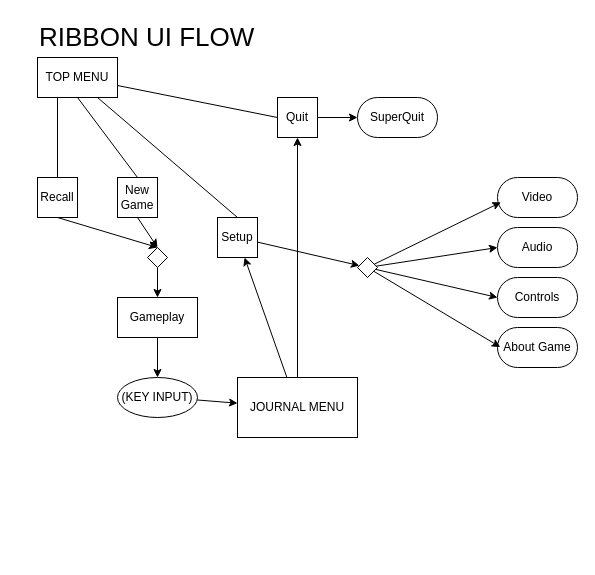
The draw.io diagram _docs/userinterface.drawio in neoteaika/massey-unreal, before the edit. Source tidied: cells renumbered, new cells numbered last; positions are measured from the earlier drawing's top-left corner, leaving out a move shared by most shapes. Both pictures are drawn from the tidied source at 100%, with x=0, y=0 at pixel (37, 17).
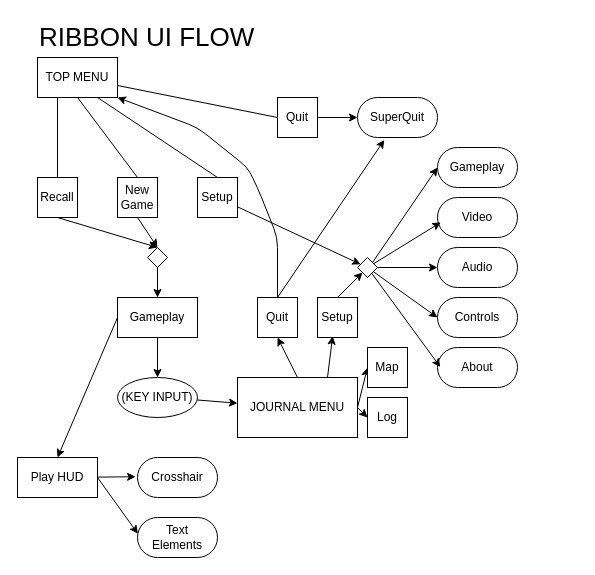
Above is the later version.

Unchanged cells that the change refers to:
```xml
<mxCell id="6" value="TOP MENU" style="rounded=0;whiteSpace=wrap;html=1;" parent="1" vertex="1">
  <mxGeometry y="40" width="80" height="40" as="geometry" />
</mxCell>
<mxCell id="14" value="Quit" style="rounded=0;whiteSpace=wrap;html=1;" parent="1" vertex="1">
  <mxGeometry x="240" y="80" width="40" height="40" as="geometry" />
</mxCell>
<mxCell id="16" value="Gameplay" style="rounded=0;whiteSpace=wrap;html=1;" parent="1" vertex="1">
  <mxGeometry x="80" y="280" width="80" height="40" as="geometry" />
</mxCell>
<mxCell id="19" value="SuperQuit" style="rounded=1;whiteSpace=wrap;html=1;shadow=0;glass=0;arcSize=50;" parent="1" vertex="1">
  <mxGeometry x="320" y="80" width="80" height="40" as="geometry" />
</mxCell>
<mxCell id="26" style="rhombus;whiteSpace=wrap;html=1;rounded=0;" parent="1" vertex="1">
  <mxGeometry x="320" y="240" width="20" height="20" as="geometry" />
</mxCell>
<mxCell id="33" value="JOURNAL MENU" style="whiteSpace=wrap;html=1;rounded=0;" parent="1" vertex="1">
  <mxGeometry x="200" y="360" width="120" height="60" as="geometry" />
</mxCell>
```

The edit, as a diff of the source:
```diff
@@
     <mxCell id="12" value="Setup" style="rounded=0;whiteSpace=wrap;html=1;" parent="1" vertex="1">
-      <mxGeometry x="180" y="200" width="40" height="40" as="geometry" />
+      <mxGeometry x="160" y="160" width="40" height="40" as="geometry" />
     </mxCell>
@@
+    <mxCell id="35" style="edgeStyle=none;html=1;exitX=0;exitY=0.5;exitDx=0;exitDy=0;entryX=0.5;entryY=0;entryDx=0;entryDy=0;" parent="1" edge="1" source="16" target="47">
+      <mxGeometry relative="1" as="geometry" />
+    </mxCell>
@@
     <mxCell id="20" value="Video" style="rounded=1;whiteSpace=wrap;html=1;shadow=0;glass=0;arcSize=50;" parent="1" vertex="1">
-      <mxGeometry x="460" y="160" width="80" height="40" as="geometry" />
+      <mxGeometry x="400" y="180" width="80" height="40" as="geometry" />
     </mxCell>
     <mxCell id="21" value="Audio" style="rounded=1;whiteSpace=wrap;html=1;shadow=0;glass=0;arcSize=50;" parent="1" vertex="1">
-      <mxGeometry x="460" y="210" width="80" height="40" as="geometry" />
+      <mxGeometry x="400" y="230" width="80" height="40" as="geometry" />
     </mxCell>
     <mxCell id="22" value="Controls" style="rounded=1;whiteSpace=wrap;html=1;shadow=0;glass=0;arcSize=50;" parent="1" vertex="1">
-      <mxGeometry x="460" y="260" width="80" height="40" as="geometry" />
+      <mxGeometry x="400" y="280" width="80" height="40" as="geometry" />
     </mxCell>
-    <mxCell id="23" value="About Game" style="rounded=1;whiteSpace=wrap;html=1;shadow=0;glass=0;arcSize=50;" parent="1" vertex="1">
-      <mxGeometry x="460" y="310" width="80" height="40" as="geometry" />
+    <mxCell id="23" value="About" style="rounded=1;whiteSpace=wrap;html=1;shadow=0;glass=0;arcSize=50;" parent="1" vertex="1">
+      <mxGeometry x="400" y="330" width="80" height="40" as="geometry" />
     </mxCell>
@@
+    <mxCell id="36" style="edgeStyle=none;html=1;exitX=1;exitY=0;exitDx=0;exitDy=0;entryX=0;entryY=0.5;entryDx=0;entryDy=0;" parent="1" edge="1" source="26" target="40">
+      <mxGeometry relative="1" as="geometry" />
+    </mxCell>
@@
-    <mxCell id="31" style="edgeStyle=none;html=1;" parent="1" edge="1" source="33" target="12">
-      <mxGeometry relative="1" as="geometry" />
-    </mxCell>
-    <mxCell id="32" style="edgeStyle=none;html=1;" parent="1" edge="1" source="33" target="14">
-      <mxGeometry relative="1" as="geometry" />
-    </mxCell>
+    <mxCell id="37" style="edgeStyle=none;html=1;exitX=1;exitY=0.5;exitDx=0;exitDy=0;entryX=0;entryY=0.5;entryDx=0;entryDy=0;" parent="1" edge="1" source="33" target="44">
+      <mxGeometry relative="1" as="geometry" />
+    </mxCell>
+    <mxCell id="38" style="edgeStyle=none;html=1;exitX=1;exitY=0.5;exitDx=0;exitDy=0;entryX=0;entryY=0.5;entryDx=0;entryDy=0;" parent="1" edge="1" source="33" target="45">
+      <mxGeometry relative="1" as="geometry" />
+    </mxCell>
+    <mxCell id="39" style="edgeStyle=none;html=1;exitX=0.5;exitY=0;exitDx=0;exitDy=0;entryX=0.5;entryY=1;entryDx=0;entryDy=0;" parent="1" edge="1" source="33" target="52">
+      <mxGeometry relative="1" as="geometry" />
+    </mxCell>
@@
+    <mxCell id="40" value="Gameplay" style="rounded=1;whiteSpace=wrap;html=1;shadow=0;glass=0;arcSize=50;" parent="1" vertex="1">
+      <mxGeometry x="400" y="130" width="80" height="40" as="geometry" />
+    </mxCell>
+    <mxCell id="41" style="edgeStyle=none;html=1;exitX=0.5;exitY=0;exitDx=0;exitDy=0;" parent="1" edge="1" source="42" target="26">
+      <mxGeometry relative="1" as="geometry" />
+    </mxCell>
+    <mxCell id="42" value="Setup" style="rounded=0;whiteSpace=wrap;html=1;" parent="1" vertex="1">
+      <mxGeometry x="280" y="280" width="40" height="40" as="geometry" />
+    </mxCell>
+    <mxCell id="43" style="edgeStyle=none;html=1;exitX=0.75;exitY=0;exitDx=0;exitDy=0;entryX=0.378;entryY=0.967;entryDx=0;entryDy=0;entryPerimeter=0;" parent="1" edge="1" source="33" target="42">
+      <mxGeometry relative="1" as="geometry" />
+    </mxCell>
+    <mxCell id="44" value="Log" style="rounded=0;whiteSpace=wrap;html=1;" parent="1" vertex="1">
+      <mxGeometry x="330" y="380" width="40" height="40" as="geometry" />
+    </mxCell>
+    <mxCell id="45" value="Map" style="rounded=0;whiteSpace=wrap;html=1;" parent="1" vertex="1">
+      <mxGeometry x="330" y="330" width="40" height="40" as="geometry" />
+    </mxCell>
+    <mxCell id="46" style="edgeStyle=none;html=1;entryX=-0.024;entryY=0.481;entryDx=0;entryDy=0;entryPerimeter=0;" parent="1" edge="1" source="47" target="48">
+      <mxGeometry relative="1" as="geometry" />
+    </mxCell>
+    <mxCell id="47" value="Play HUD" style="rounded=0;whiteSpace=wrap;html=1;" parent="1" vertex="1">
+      <mxGeometry x="-20" y="440" width="80" height="40" as="geometry" />
+    </mxCell>
+    <mxCell id="48" value="Crosshair" style="whiteSpace=wrap;html=1;perimeterSpacing=0;rounded=1;arcSize=50;" parent="1" vertex="1">
+      <mxGeometry x="100" y="440" width="80" height="40" as="geometry" />
+    </mxCell>
+    <mxCell id="49" value="Text&lt;div&gt;Elements&lt;/div&gt;" style="whiteSpace=wrap;html=1;perimeterSpacing=0;rounded=1;arcSize=50;" parent="1" vertex="1">
+      <mxGeometry x="100" y="500" width="80" height="40" as="geometry" />
+    </mxCell>
+    <mxCell id="50" style="edgeStyle=none;html=1;exitX=1;exitY=0.5;exitDx=0;exitDy=0;entryX=0.005;entryY=0.407;entryDx=0;entryDy=0;entryPerimeter=0;" parent="1" edge="1" source="47" target="49">
+      <mxGeometry relative="1" as="geometry" />
+    </mxCell>
+    <mxCell id="51" style="edgeStyle=none;html=1;exitX=0.5;exitY=0;exitDx=0;exitDy=0;entryX=1;entryY=1;entryDx=0;entryDy=0;" parent="1" edge="1" source="52" target="6">
+      <mxGeometry relative="1" as="geometry">
+        <Array as="points">
+          <mxPoint x="240" y="220" />
+          <mxPoint x="220" y="170" />
+          <mxPoint x="210" y="150" />
+          <mxPoint x="160" y="110" />
+        </Array>
+      </mxGeometry>
+    </mxCell>
+    <mxCell id="52" value="Quit" style="rounded=0;whiteSpace=wrap;html=1;" parent="1" vertex="1">
+      <mxGeometry x="220" y="280" width="40" height="40" as="geometry" />
+    </mxCell>
+    <mxCell id="53" style="edgeStyle=none;html=1;exitX=0.5;exitY=0;exitDx=0;exitDy=0;entryX=0.335;entryY=1.061;entryDx=0;entryDy=0;entryPerimeter=0;" parent="1" edge="1" source="52" target="19">
+      <mxGeometry relative="1" as="geometry" />
+    </mxCell>
```
